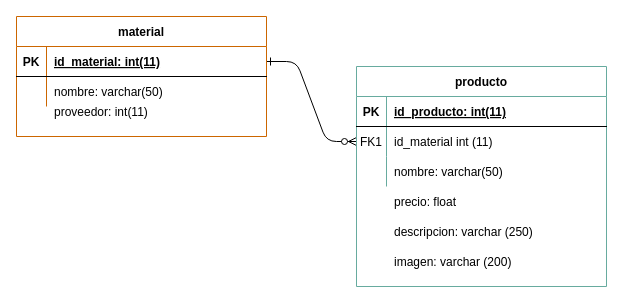
This is Diagrama sin título.drawio from JoselinaOrellano/trebol-tpe, a draw.io file, before an edit. Source tidied: cells renumbered, new cells numbered last; positions are measured from the earlier drawing's top-left corner, leaving out a move shared by most shapes. Both pictures are drawn from the tidied source at 100%, with x=0, y=0 at pixel (16, 16).
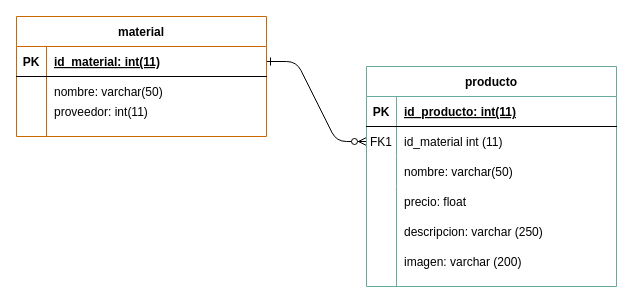
The same diagram, later.

Unchanged cells that the change refers to:
```xml
<mxCell id="17" style="group;" parent="1" vertex="1">
  <mxGeometry width="250" height="120" as="geometry" />
</mxCell>
```

The edit, as a diff of the source:
```diff
@@
     <mxCell id="3" style="group;" parent="1" vertex="1">
-      <mxGeometry x="340" y="50" width="250" height="220" as="geometry" />
+      <mxGeometry x="350" y="50" width="250" height="220" as="geometry" />
     </mxCell>
@@
+    <mxCell id="28" style="endArrow=none;html=1;rounded=0;strokeColor=#67AB9F;" parent="3" edge="1">
+      <mxGeometry relative="1" as="geometry">
+        <mxPoint x="30" y="220" as="sourcePoint" />
+        <mxPoint x="30" y="120" as="targetPoint" />
+      </mxGeometry>
+    </mxCell>
@@
+    <mxCell id="29" style="endArrow=none;html=1;rounded=0;strokeColor=#CC6600;" parent="17" edge="1">
+      <mxGeometry relative="1" as="geometry">
+        <mxPoint x="30" y="120" as="sourcePoint" />
+        <mxPoint x="30" y="80" as="targetPoint" />
+      </mxGeometry>
+    </mxCell>
```
